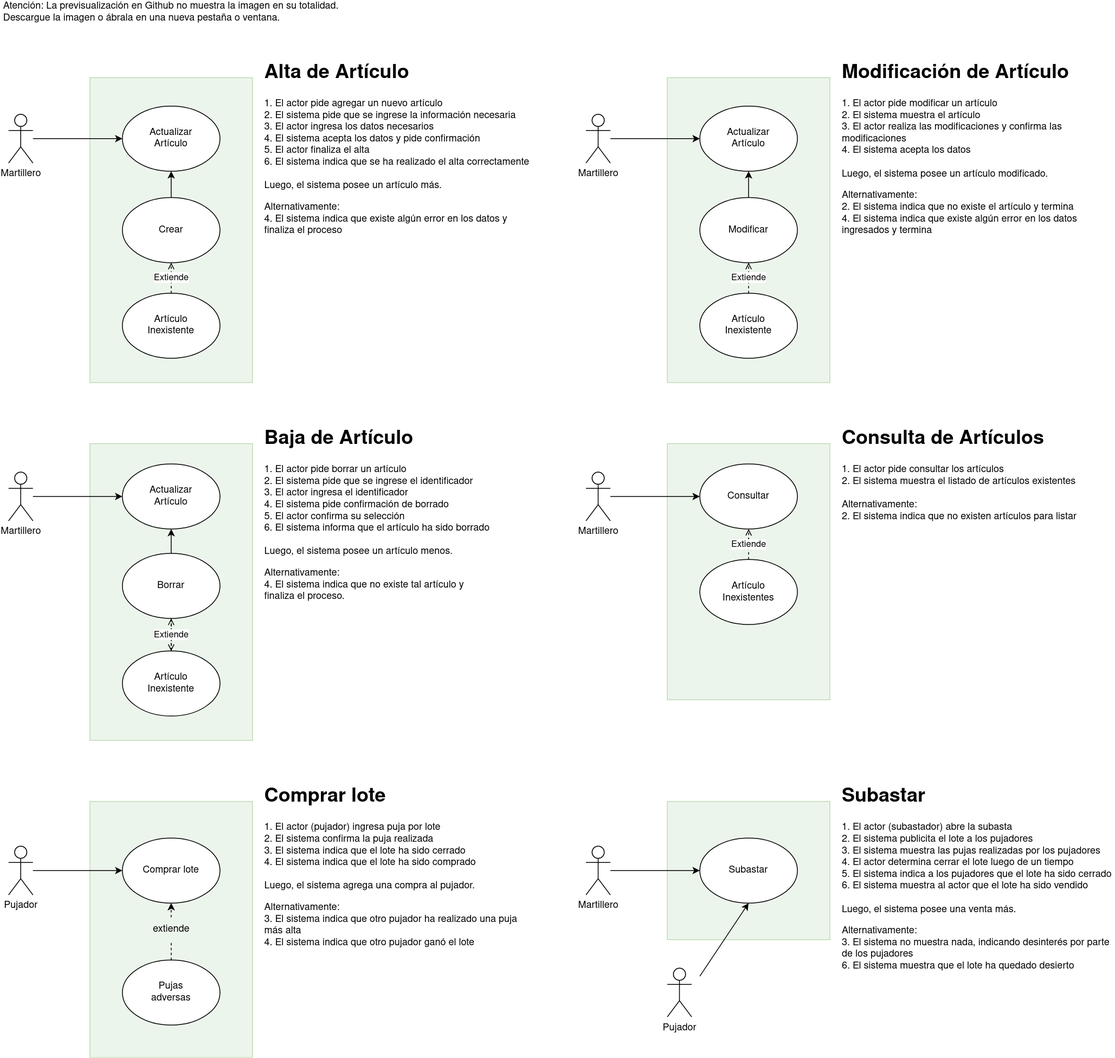
Before: Documentacion/casos-de-uso.png, a diagram exported from draw.io (rpgrca/proyecto-ispc-fullstack). Source tidied: cells renumbered, new cells last; positions are measured from the earlier drawing's top-left corner, leaving out a move shared by most shapes.
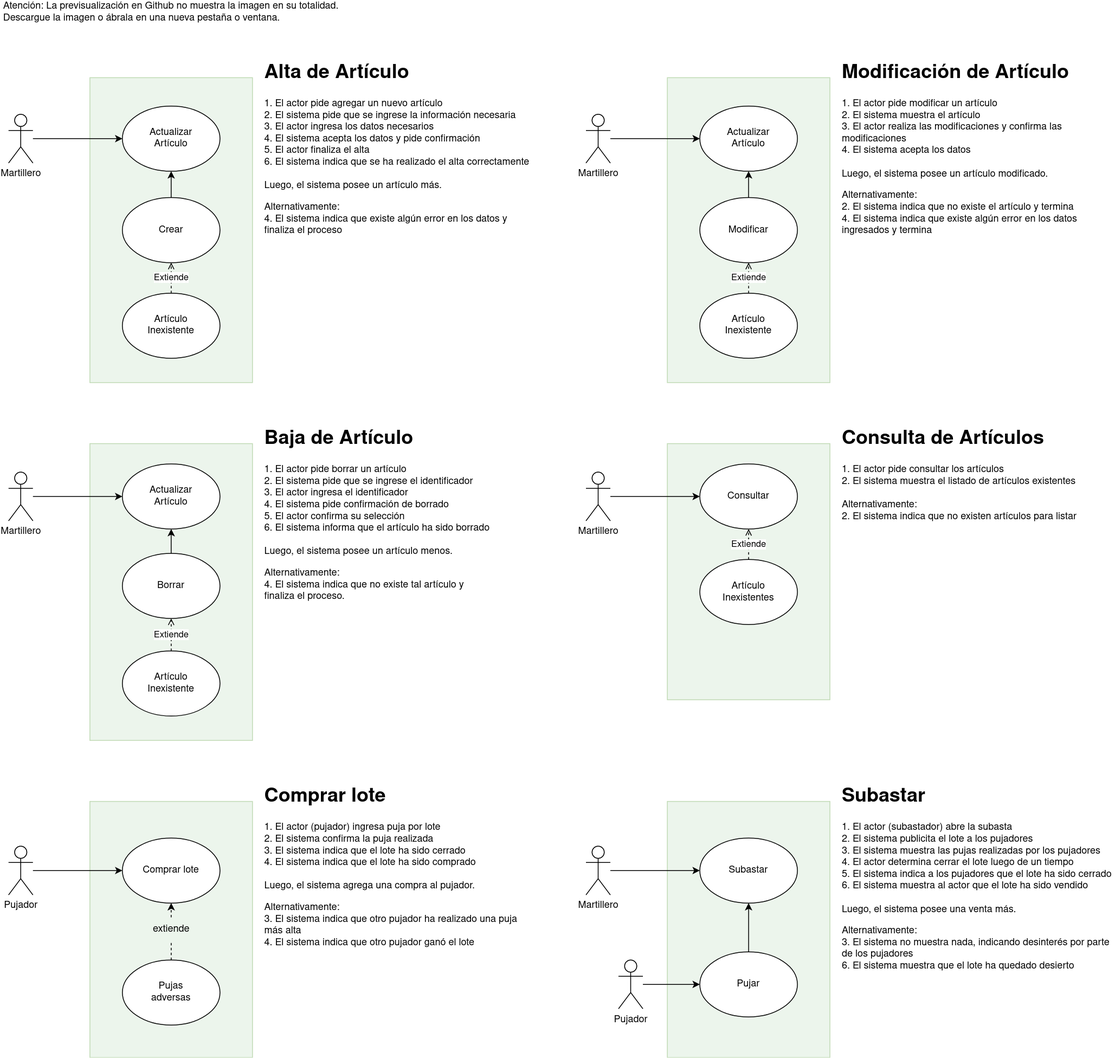
The same diagram one commit later.

Commit message:
actualizar IEEE, casos de uso

The edit, as a diff of the source:
```diff
@@ -9,7 +9,7 @@
       <mxGeometry x="820" y="95" width="200" height="375" as="geometry" />
     </mxCell>
     <mxCell id="4" style="rounded=0;whiteSpace=wrap;html=1;fillColor=#d5e8d4;strokeColor=#82b366;opacity=45;" parent="1" vertex="1">
-      <mxGeometry x="820" y="985" width="200" height="170" as="geometry" />
+      <mxGeometry x="820" y="985" width="200" height="315" as="geometry" />
     </mxCell>
     <mxCell id="5" style="rounded=0;whiteSpace=wrap;html=1;fillColor=#d5e8d4;strokeColor=#82b366;opacity=45;" parent="1" vertex="1">
       <mxGeometry x="110" y="95" width="200" height="375" as="geometry" />
@@ -66,12 +66,10 @@
       <mxGeometry x="1030" y="960" width="340" height="240" as="geometry" />
     </mxCell>
     <mxCell id="23" value="Pujador" style="shape=umlActor;verticalLabelPosition=bottom;verticalAlign=top;html=1;outlineConnect=0;" parent="1" vertex="1">
-      <mxGeometry x="820" y="1190" width="30" height="60" as="geometry" />
+      <mxGeometry x="760" y="1180" width="30" height="60" as="geometry" />
     </mxCell>
-    <mxCell id="24" style="rounded=0;jettySize=auto;html=1;entryX=0.5;entryY=1;entryDx=0;entryDy=0;" parent="1" edge="1" target="21">
-      <mxGeometry relative="1" as="geometry">
-        <mxPoint x="860" y="1200" as="sourcePoint" />
-      </mxGeometry>
+    <mxCell id="24" style="rounded=0;jettySize=auto;html=1;entryX=0.5;entryY=1;entryDx=0;entryDy=0;exitX=0.5;exitY=0;exitDx=0;exitDy=0;" parent="1" edge="1" source="54" target="21">
+      <mxGeometry relative="1" as="geometry" />
     </mxCell>
     <mxCell id="25" style="edgeStyle=orthogonalEdgeStyle;rounded=0;jettySize=auto;html=1;" parent="1" edge="1" source="26" target="27">
       <mxGeometry relative="1" as="geometry" />
@@ -130,9 +128,6 @@
     <mxCell id="43" style="edgeStyle=orthogonalEdgeStyle;rounded=0;jettySize=auto;html=1;" parent="1" edge="1" source="45" target="13">
       <mxGeometry relative="1" as="geometry" />
     </mxCell>
-    <mxCell id="44" style="edgeStyle=orthogonalEdgeStyle;rounded=0;jettySize=auto;html=1;dashed=1;endArrow=open;endFill=0;endSize=6;" parent="1" edge="1" source="45" target="50">
-      <mxGeometry relative="1" as="geometry" />
-    </mxCell>
     <mxCell id="45" value="Borrar" style="ellipse;whiteSpace=wrap;html=1;" parent="1" vertex="1">
       <mxGeometry x="150" y="680" width="120" height="80" as="geometry" />
     </mxCell>
@@ -151,14 +146,20 @@
     <mxCell id="50" value="&lt;div&gt;Artículo&lt;/div&gt;&lt;div&gt;Inexistente&lt;br&gt;&lt;/div&gt;" style="ellipse;whiteSpace=wrap;html=1;" parent="1" vertex="1">
       <mxGeometry x="150" y="800" width="120" height="80" as="geometry" />
     </mxCell>
-    <mxCell id="51" value="Extiende" style="endArrow=open;endSize=6;endFill=0;html=1;rounded=0;entryX=0.5;entryY=1;entryDx=0;entryDy=0;dashed=1;exitX=0.5;exitY=0;exitDx=0;exitDy=0;" parent="1" edge="1" source="50" target="45">
-      <mxGeometry relative="1" as="geometry" />
-    </mxCell>
     <mxCell id="52" value="&lt;div&gt;Artículo&lt;/div&gt;&lt;div&gt;Inexistentes&lt;br&gt;&lt;/div&gt;" style="ellipse;whiteSpace=wrap;html=1;" parent="1" vertex="1">
       <mxGeometry x="860" y="687.5" width="120" height="80" as="geometry" />
     </mxCell>
     <mxCell id="53" value="Extiende" style="endArrow=open;endSize=6;endFill=0;html=1;rounded=0;entryX=0.5;entryY=1;entryDx=0;entryDy=0;dashed=1;exitX=0.5;exitY=0;exitDx=0;exitDy=0;" parent="1" edge="1" source="52" target="36">
       <mxGeometry relative="1" as="geometry" />
     </mxCell>
+    <mxCell id="51" value="Extiende" style="endArrow=open;endSize=6;endFill=0;html=1;rounded=0;entryX=0.5;entryY=1;entryDx=0;entryDy=0;dashed=1;exitX=0.5;exitY=0;exitDx=0;exitDy=0;" parent="1" edge="1" source="50" target="45">
+      <mxGeometry relative="1" as="geometry" />
+    </mxCell>
+    <mxCell id="54" value="Pujar" style="ellipse;whiteSpace=wrap;html=1;" parent="1" vertex="1">
+      <mxGeometry x="860" y="1170" width="120" height="80" as="geometry" />
+    </mxCell>
+    <mxCell id="55" style="edgeStyle=orthogonalEdgeStyle;rounded=0;jettySize=auto;html=1;entryX=0;entryY=0.5;entryDx=0;entryDy=0;" parent="1" edge="1" source="23" target="54">
+      <mxGeometry relative="1" as="geometry" />
+    </mxCell>
   </root>
 </mxGraphModel>
```
